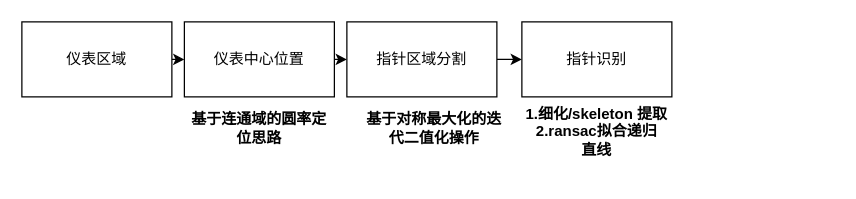
Before: pointer_recognition.drawio in paleblackless/diagrams, a draw.io diagram. Source tidied: cells renumbered, new cells numbered last; positions are measured from the earlier drawing's top-left corner, leaving out a move shared by most shapes. Both pictures are drawn from the tidied source at 125%, with x=0, y=0 at pixel (21, 21).
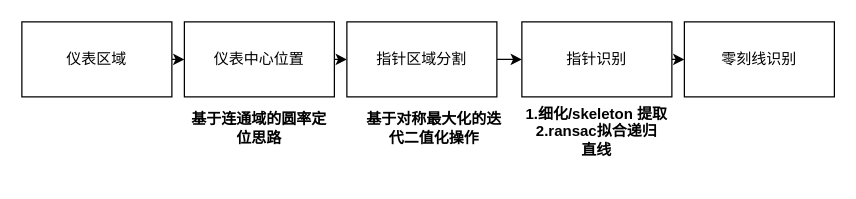
Above is the later version.

Change to the diagram source:
```diff
@@
 <mxGraphModel>
   <root>
     <mxCell id="0" />
     <mxCell id="1" parent="0" />
     <mxCell id="2" style="edgeStyle=orthogonalEdgeStyle;rounded=0;jettySize=auto;html=1;exitX=1;exitY=0.5;exitDx=0;exitDy=0;entryX=0;entryY=0.5;entryDx=0;entryDy=0;" parent="1" edge="1" source="3" target="5">
       <mxGeometry relative="1" as="geometry" />
     </mxCell>
     <mxCell id="3" value="仪表区域" style="rounded=0;whiteSpace=wrap;html=1;" parent="1" vertex="1">
       <mxGeometry width="120" height="60" as="geometry" />
     </mxCell>
     <mxCell id="4" style="edgeStyle=orthogonalEdgeStyle;rounded=0;jettySize=auto;html=1;exitX=1;exitY=0.5;exitDx=0;exitDy=0;entryX=0;entryY=0.5;entryDx=0;entryDy=0;" parent="1" edge="1" source="5" target="7">
       <mxGeometry relative="1" as="geometry" />
     </mxCell>
     <mxCell id="5" value="仪表中心位置" style="rounded=0;whiteSpace=wrap;html=1;" parent="1" vertex="1">
       <mxGeometry x="130" width="120" height="60" as="geometry" />
     </mxCell>
     <mxCell id="6" style="edgeStyle=orthogonalEdgeStyle;rounded=0;jettySize=auto;html=1;exitX=1;exitY=0.5;exitDx=0;exitDy=0;entryX=0;entryY=0.5;entryDx=0;entryDy=0;" parent="1" edge="1" source="7" target="10">
       <mxGeometry relative="1" as="geometry" />
     </mxCell>
     <mxCell id="7" value="指针区域分割" style="rounded=0;whiteSpace=wrap;html=1;" parent="1" vertex="1">
       <mxGeometry x="260" width="120" height="60" as="geometry" />
     </mxCell>
     <mxCell id="8" value="&lt;b&gt;基于连通域的圆率定位思路&lt;/b&gt;" style="text;html=1;strokeColor=none;fillColor=none;align=center;verticalAlign=middle;whiteSpace=wrap;rounded=0;" parent="1" vertex="1">
       <mxGeometry x="130" y="70" width="120" height="30" as="geometry" />
     </mxCell>
     <mxCell id="9" value="&lt;b&gt;基于对称最大化的迭代二值化操作&lt;br&gt;&lt;/b&gt;" style="text;html=1;strokeColor=none;fillColor=none;align=center;verticalAlign=middle;whiteSpace=wrap;rounded=0;" parent="1" vertex="1">
       <mxGeometry x="270" y="70" width="120" height="30" as="geometry" />
     </mxCell>
+    <mxCell id="12" style="edgeStyle=orthogonalEdgeStyle;rounded=0;jettySize=auto;html=1;exitX=1;exitY=0.5;exitDx=0;exitDy=0;entryX=0;entryY=0.5;entryDx=0;entryDy=0;" parent="1" edge="1" source="10" target="13">
+      <mxGeometry relative="1" as="geometry" />
+    </mxCell>
     <mxCell id="10" value="指针识别" style="rounded=0;whiteSpace=wrap;html=1;" parent="1" vertex="1">
       <mxGeometry x="400" width="120" height="60" as="geometry" />
     </mxCell>
     <mxCell id="11" value="&lt;b&gt;1.细化/skeleton 提取&lt;br&gt;2.ransac拟合递归&lt;br&gt;直线&lt;br&gt;&lt;br&gt;&lt;/b&gt;" style="text;html=1;strokeColor=none;fillColor=none;align=center;verticalAlign=middle;whiteSpace=wrap;rounded=0;" parent="1" vertex="1">
       <mxGeometry x="400" y="80" width="120" height="30" as="geometry" />
     </mxCell>
+    <mxCell id="13" value="零刻线识别" style="rounded=0;whiteSpace=wrap;html=1;" parent="1" vertex="1">
+      <mxGeometry x="530" width="120" height="60" as="geometry" />
+    </mxCell>
   </root>
 </mxGraphModel>
```
